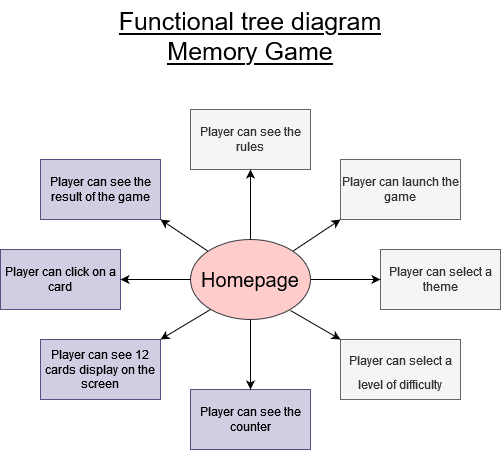
The draw.io diagram doc/Wireframe & functional tree diagram/functional_tree_diagram.drawio.png in Nana-fr/Memory_Game, before a commit. Source tidied: cells renumbered, new cells last; positions are measured from the earlier drawing's top-left corner, leaving out a move shared by most shapes.
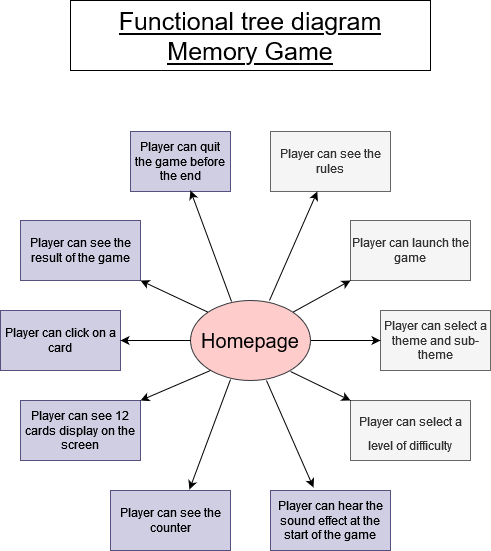
The same file after the commit.

The edit, as a diff of the source:
```diff
@@ -9,25 +9,25 @@
       <mxGeometry y="249" width="120" height="60" as="geometry" />
     </mxCell>
     <mxCell id="4" value="Player can see the counter" style="rounded=0;whiteSpace=wrap;html=1;strokeColor=#56517e;fillColor=#d0cee2;fontColor=default;" parent="1" vertex="1">
-      <mxGeometry x="190" y="389" width="120" height="60" as="geometry" />
+      <mxGeometry x="110" y="429" width="120" height="60" as="geometry" />
     </mxCell>
     <mxCell id="5" value="Player can launch the game" style="rounded=0;whiteSpace=wrap;html=1;fontColor=#333333;strokeColor=#666666;fillColor=#f5f5f5;" parent="1" vertex="1">
-      <mxGeometry x="340" y="159" width="120" height="60" as="geometry" />
+      <mxGeometry x="350" y="159" width="120" height="60" as="geometry" />
     </mxCell>
     <mxCell id="6" value="Player can see the rules" style="rounded=0;whiteSpace=wrap;html=1;fontColor=#333333;strokeColor=#666666;fillColor=#f5f5f5;" parent="1" vertex="1">
-      <mxGeometry x="190" y="109" width="120" height="60" as="geometry" />
+      <mxGeometry x="270" y="70" width="120" height="60" as="geometry" />
     </mxCell>
-    <mxCell id="7" value="Player can select a theme" style="rounded=0;whiteSpace=wrap;html=1;fontColor=#333333;strokeColor=#666666;fillColor=#f5f5f5;" parent="1" vertex="1">
-      <mxGeometry x="380" y="249" width="120" height="60" as="geometry" />
+    <mxCell id="7" value="Player can select a theme and sub-theme" style="rounded=0;whiteSpace=wrap;html=1;fontColor=#333333;strokeColor=#666666;fillColor=#f5f5f5;" parent="1" vertex="1">
+      <mxGeometry x="380" y="249" width="110" height="60" as="geometry" />
     </mxCell>
     <mxCell id="8" value="Player can see 12 cards display on the screen" style="rounded=0;whiteSpace=wrap;html=1;strokeColor=#56517e;fillColor=#d0cee2;fontColor=default;" parent="1" vertex="1">
-      <mxGeometry x="40" y="339" width="120" height="60" as="geometry" />
+      <mxGeometry x="20" y="339" width="120" height="60" as="geometry" />
     </mxCell>
     <mxCell id="9" value="&lt;font style=&quot;font-size: 12px&quot;&gt;Player can select a level of difficulty&lt;br&gt;&lt;/font&gt;" style="rounded=0;whiteSpace=wrap;html=1;fontSize=20;fontColor=#333333;strokeColor=#666666;fillColor=#f5f5f5;" parent="1" vertex="1">
-      <mxGeometry x="340" y="339" width="120" height="60" as="geometry" />
+      <mxGeometry x="350" y="339" width="120" height="60" as="geometry" />
     </mxCell>
     <mxCell id="10" value="Player can see the result of the game" style="rounded=0;whiteSpace=wrap;html=1;fontSize=12;strokeColor=#56517e;fillColor=#d0cee2;fontColor=default;" parent="1" vertex="1">
-      <mxGeometry x="40" y="159" width="120" height="60" as="geometry" />
+      <mxGeometry x="20" y="159" width="120" height="60" as="geometry" />
     </mxCell>
     <mxCell id="11" style="endArrow=classic;html=1;rounded=0;fontSize=12;fontColor=default;entryX=0;entryY=1;entryDx=0;entryDy=0;strokeColor=default;labelBackgroundColor=default;exitX=1;exitY=0;exitDx=0;exitDy=0;" parent="1" edge="1" source="2" target="5">
       <mxGeometry relative="1" as="geometry" />
@@ -38,15 +38,18 @@
     <mxCell id="13" style="endArrow=classic;html=1;rounded=0;labelBackgroundColor=default;fontSize=12;fontColor=default;strokeColor=default;entryX=1;entryY=0.5;entryDx=0;entryDy=0;exitX=0;exitY=0.5;exitDx=0;exitDy=0;" parent="1" edge="1" source="2" target="3">
       <mxGeometry relative="1" as="geometry" />
     </mxCell>
-    <mxCell id="14" style="endArrow=classic;html=1;rounded=0;labelBackgroundColor=default;fontSize=12;fontColor=default;strokeColor=default;entryX=0.5;entryY=0;entryDx=0;entryDy=0;exitX=0.5;exitY=1;exitDx=0;exitDy=0;" parent="1" edge="1" source="2" target="4">
-      <mxGeometry relative="1" as="geometry" />
+    <mxCell id="14" style="endArrow=classic;html=1;rounded=0;labelBackgroundColor=default;fontSize=12;fontColor=default;strokeColor=default;entryX=0.658;entryY=0;entryDx=0;entryDy=0;entryPerimeter=0;" parent="1" edge="1">
+      <mxGeometry relative="1" as="geometry">
+        <mxPoint x="230" y="318" as="sourcePoint" />
+        <mxPoint x="189" y="428" as="targetPoint" />
+      </mxGeometry>
     </mxCell>
     <mxCell id="15" style="endArrow=classic;html=1;rounded=0;labelBackgroundColor=default;fontSize=12;fontColor=default;strokeColor=default;entryX=0;entryY=0;entryDx=0;entryDy=0;" parent="1" edge="1" target="9">
       <mxGeometry relative="1" as="geometry">
         <mxPoint x="290" y="310" as="sourcePoint" />
       </mxGeometry>
     </mxCell>
-    <mxCell id="16" style="endArrow=classic;html=1;rounded=0;labelBackgroundColor=default;fontSize=12;fontColor=default;strokeColor=default;entryX=0.5;entryY=1;entryDx=0;entryDy=0;exitX=0.5;exitY=0;exitDx=0;exitDy=0;" parent="1" edge="1" source="2" target="6">
+    <mxCell id="16" style="endArrow=classic;html=1;rounded=0;labelBackgroundColor=default;fontSize=12;fontColor=default;strokeColor=default;exitX=0.658;exitY=0;exitDx=0;exitDy=0;exitPerimeter=0;" parent="1" edge="1" source="2" target="6">
       <mxGeometry relative="1" as="geometry" />
     </mxCell>
     <mxCell id="17" style="endArrow=classic;html=1;rounded=0;labelBackgroundColor=default;fontSize=12;fontColor=default;strokeColor=default;entryX=1;entryY=1;entryDx=0;entryDy=0;exitX=0;exitY=0;exitDx=0;exitDy=0;" parent="1" edge="1" source="2" target="10">
@@ -57,8 +60,22 @@
         <mxPoint x="210" y="309" as="sourcePoint" />
       </mxGeometry>
     </mxCell>
-    <mxCell id="19" value="&lt;div&gt;Functional tree diagram&lt;/div&gt;&lt;div&gt;Memory Game&lt;br&gt;&lt;/div&gt;" style="rounded=0;whiteSpace=wrap;html=1;fontSize=25;fontColor=default;strokeColor=none;fillColor=default;fontStyle=4;" parent="1" vertex="1">
-      <mxGeometry x="70" width="360" height="70" as="geometry" />
+    <mxCell id="19" value="&lt;div&gt;Functional tree diagram&lt;/div&gt;&lt;div&gt;Memory Game&lt;br&gt;&lt;/div&gt;" style="rounded=0;whiteSpace=wrap;html=1;fontSize=25;fillColor=none;fontStyle=4;" parent="1" vertex="1">
+      <mxGeometry x="70" y="-61" width="360" height="70" as="geometry" />
     </mxCell>
+    <mxCell id="20" value="Player can hear the sound effect at the start of the game" style="rounded=0;whiteSpace=wrap;html=1;fillColor=#d0cee2;strokeColor=#56517e;" parent="1" vertex="1">
+      <mxGeometry x="270" y="429" width="120" height="60" as="geometry" />
+    </mxCell>
+    <mxCell id="21" value="Player can quit the game before the end" style="rounded=0;whiteSpace=wrap;html=1;fillColor=#d0cee2;strokeColor=#56517e;" parent="1" vertex="1">
+      <mxGeometry x="130" y="70" width="100" height="60" as="geometry" />
+    </mxCell>
+    <mxCell id="22" style="endArrow=classic;html=1;rounded=0;exitX=0.342;exitY=0.013;exitDx=0;exitDy=0;exitPerimeter=0;" parent="1" edge="1" source="2">
+      <mxGeometry relative="1" as="geometry">
+        <mxPoint x="190" y="129" as="targetPoint" />
+      </mxGeometry>
+    </mxCell>
+    <mxCell id="23" style="endArrow=classic;html=1;rounded=0;entryX=0.358;entryY=-0.05;entryDx=0;entryDy=0;exitX=0.633;exitY=1;exitDx=0;exitDy=0;exitPerimeter=0;entryPerimeter=0;" parent="1" edge="1" source="2" target="20">
+      <mxGeometry relative="1" as="geometry" />
+    </mxCell>
   </root>
 </mxGraphModel>
```
